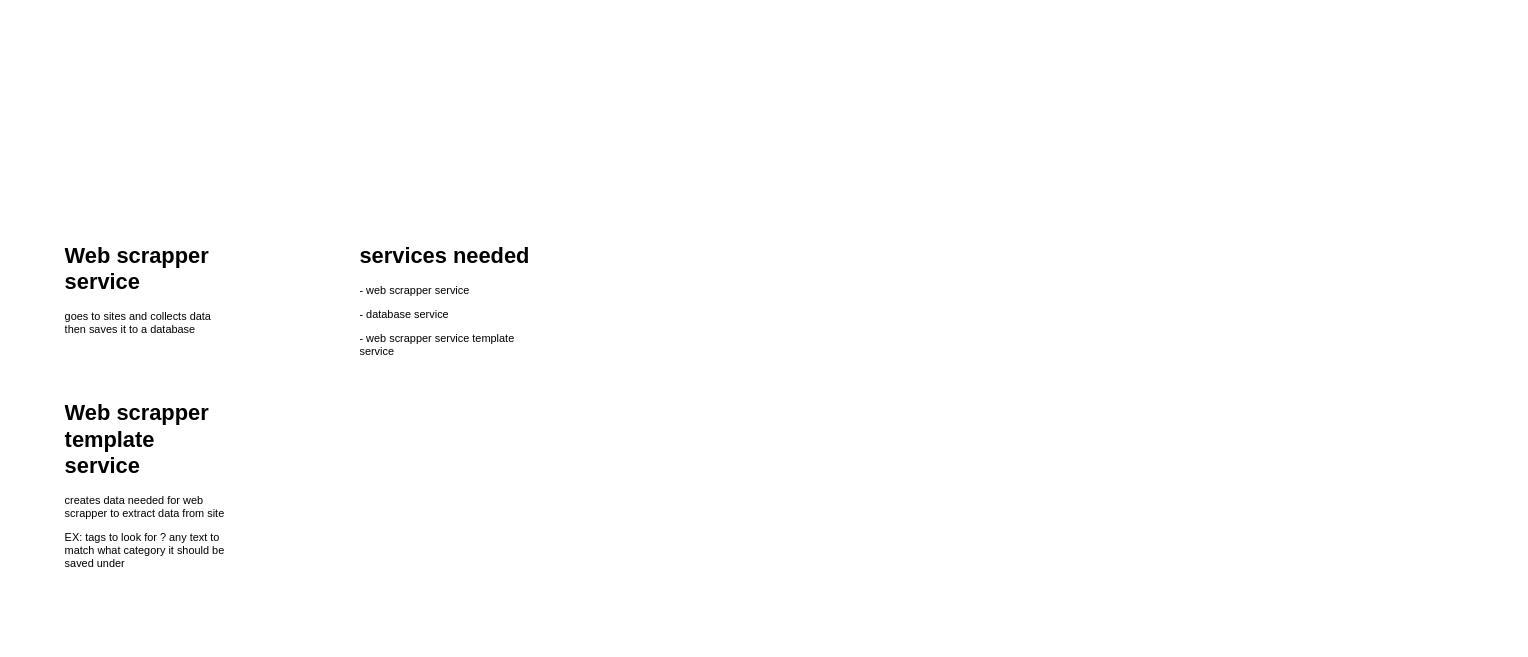
This is autoprice.drawio from jesusdoza/diagrams, a draw.io file, before an edit. Source tidied: cells renumbered, new cells numbered last; positions are measured from the earlier drawing's top-left corner, leaving out a move shared by most shapes. Both pictures are drawn from the tidied source at 91%, with x=0, y=0 at pixel (60, 238).
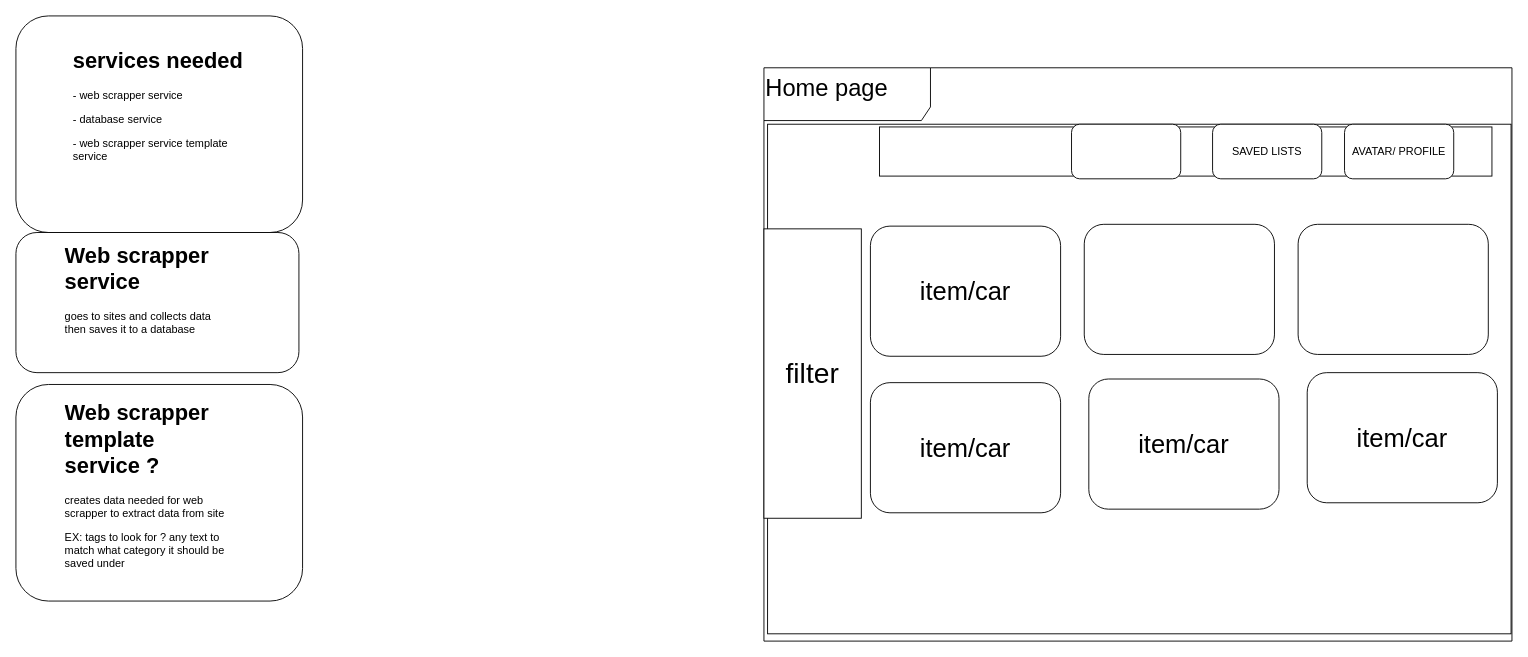
The same page after the edit.

The edit, as a diff of the source:
```diff
@@
+    <mxCell id="5" style="rounded=0;whiteSpace=wrap;html=1;" parent="1" vertex="1">
+      <mxGeometry x="777" y="-125" width="817" height="560" as="geometry" />
+    </mxCell>
+    <mxCell id="6" style="rounded=1;whiteSpace=wrap;html=1;" parent="1" vertex="1">
+      <mxGeometry x="-49" y="-244" width="315" height="238" as="geometry" />
+    </mxCell>
+    <mxCell id="7" style="rounded=1;whiteSpace=wrap;html=1;" parent="1" vertex="1">
+      <mxGeometry x="-49" y="161" width="315" height="238" as="geometry" />
+    </mxCell>
+    <mxCell id="8" style="rounded=1;whiteSpace=wrap;html=1;" parent="1" vertex="1">
+      <mxGeometry x="-49" y="-6" width="311" height="154" as="geometry" />
+    </mxCell>
     <mxCell id="2" value="&lt;h1&gt;services needed&lt;/h1&gt;&lt;p&gt;- web scrapper service&lt;/p&gt;&lt;p&gt;- database service&lt;/p&gt;&lt;p&gt;- web scrapper service template service&lt;/p&gt;" style="text;html=1;strokeColor=none;fillColor=none;spacing=5;spacingTop=-20;whiteSpace=wrap;overflow=hidden;rounded=0;" parent="1" vertex="1">
-      <mxGeometry x="324" width="209" height="199" as="geometry" />
+      <mxGeometry x="9" y="-214" width="209" height="199" as="geometry" />
     </mxCell>
@@
-    <mxCell id="4" value="&lt;h1&gt;Web scrapper template service&lt;/h1&gt;&lt;p&gt;creates data needed for web scrapper to extract data from site&lt;/p&gt;&lt;p&gt;EX: tags to look for ? any text to match what category it should be saved under&lt;/p&gt;" style="text;html=1;strokeColor=none;fillColor=none;spacing=5;spacingTop=-20;whiteSpace=wrap;overflow=hidden;rounded=0;" parent="1" vertex="1">
+    <mxCell id="4" value="&lt;h1&gt;Web scrapper template service ?&lt;/h1&gt;&lt;p&gt;creates data needed for web scrapper to extract data from site&lt;/p&gt;&lt;p&gt;EX: tags to look for ? any text to match what category it should be saved under&lt;/p&gt;" style="text;html=1;strokeColor=none;fillColor=none;spacing=5;spacingTop=-20;whiteSpace=wrap;overflow=hidden;rounded=0;" parent="1" vertex="1">
       <mxGeometry y="173" width="192" height="203" as="geometry" />
     </mxCell>
+    <mxCell id="9" value="&lt;span style=&quot;font-size: 26px;&quot;&gt;Home page&lt;br&gt;&lt;br&gt;&lt;/span&gt;" style="shape=umlFrame;whiteSpace=wrap;html=1;width=183;height=58;align=left;verticalAlign=top;" parent="1" vertex="1">
+      <mxGeometry x="773" y="-187" width="822" height="630" as="geometry" />
+    </mxCell>
+    <mxCell id="10" style="rounded=0;whiteSpace=wrap;html=1;" parent="1" vertex="1">
+      <mxGeometry x="900" y="-122" width="673" height="54" as="geometry" />
+    </mxCell>
+    <mxCell id="11" value="item/car" style="rounded=1;whiteSpace=wrap;html=1;fontSize=28;" parent="1" vertex="1">
+      <mxGeometry x="890" y="-13" width="209" height="143" as="geometry" />
+    </mxCell>
+    <mxCell id="12" style="rounded=1;whiteSpace=wrap;html=1;" parent="1" vertex="1">
+      <mxGeometry x="1125" y="-15" width="209" height="143" as="geometry" />
+    </mxCell>
+    <mxCell id="13" style="rounded=1;whiteSpace=wrap;html=1;" parent="1" vertex="1">
+      <mxGeometry x="1360" y="-15" width="209" height="143" as="geometry" />
+    </mxCell>
+    <mxCell id="14" value="item/car" style="rounded=1;whiteSpace=wrap;html=1;fontSize=28;" parent="1" vertex="1">
+      <mxGeometry x="890" y="159" width="209" height="143" as="geometry" />
+    </mxCell>
+    <mxCell id="15" value="item/car" style="rounded=1;whiteSpace=wrap;html=1;fontSize=28;" parent="1" vertex="1">
+      <mxGeometry x="1130" y="155" width="209" height="143" as="geometry" />
+    </mxCell>
+    <mxCell id="16" value="item/car" style="rounded=1;whiteSpace=wrap;html=1;fontSize=28;" parent="1" vertex="1">
+      <mxGeometry x="1370" y="148" width="209" height="143" as="geometry" />
+    </mxCell>
+    <mxCell id="17" value="filter" style="rounded=0;whiteSpace=wrap;html=1;fontSize=31;" parent="1" vertex="1">
+      <mxGeometry x="773" y="-10" width="107" height="318" as="geometry" />
+    </mxCell>
+    <mxCell id="18" style="rounded=1;whiteSpace=wrap;html=1;" parent="1" vertex="1">
+      <mxGeometry x="1111" y="-125" width="120" height="60" as="geometry" />
+    </mxCell>
+    <mxCell id="19" value="SAVED LISTS" style="rounded=1;whiteSpace=wrap;html=1;" parent="1" vertex="1">
+      <mxGeometry x="1266" y="-125" width="120" height="60" as="geometry" />
+    </mxCell>
+    <mxCell id="20" value="AVATAR/ PROFILE" style="rounded=1;whiteSpace=wrap;html=1;" parent="1" vertex="1">
+      <mxGeometry x="1411" y="-125" width="120" height="60" as="geometry" />
+    </mxCell>
```
